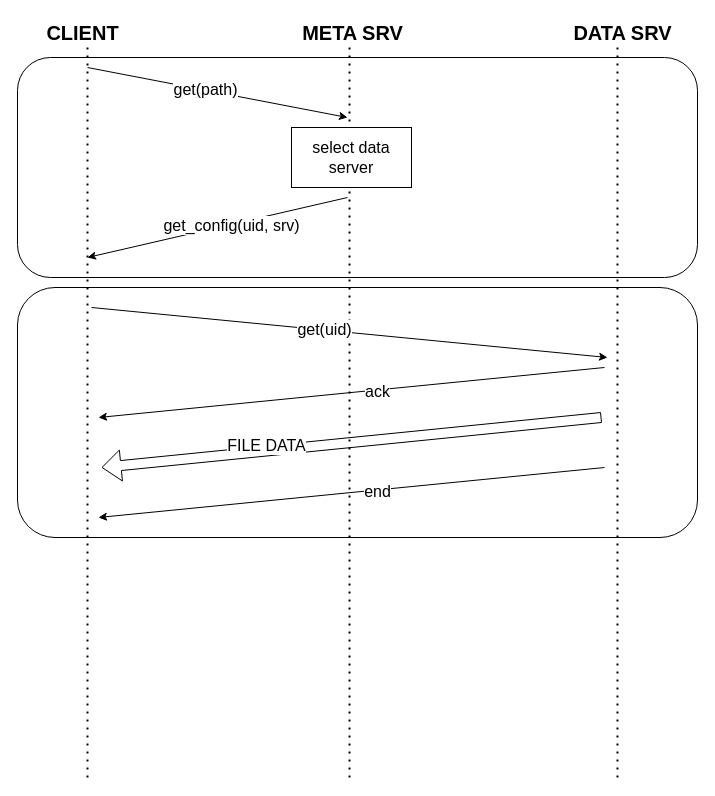
ale99WGiais/tesina_iot keeps this draw.io diagram as diagrams/requests/get request.drawio. Above is the earlier version. Source tidied: cells renumbered, new cells numbered last; positions are measured from the earlier drawing's top-left corner, leaving out a move shared by most shapes. Both pictures are drawn from the tidied source at 100%, with x=0, y=0 at pixel (17, 17).
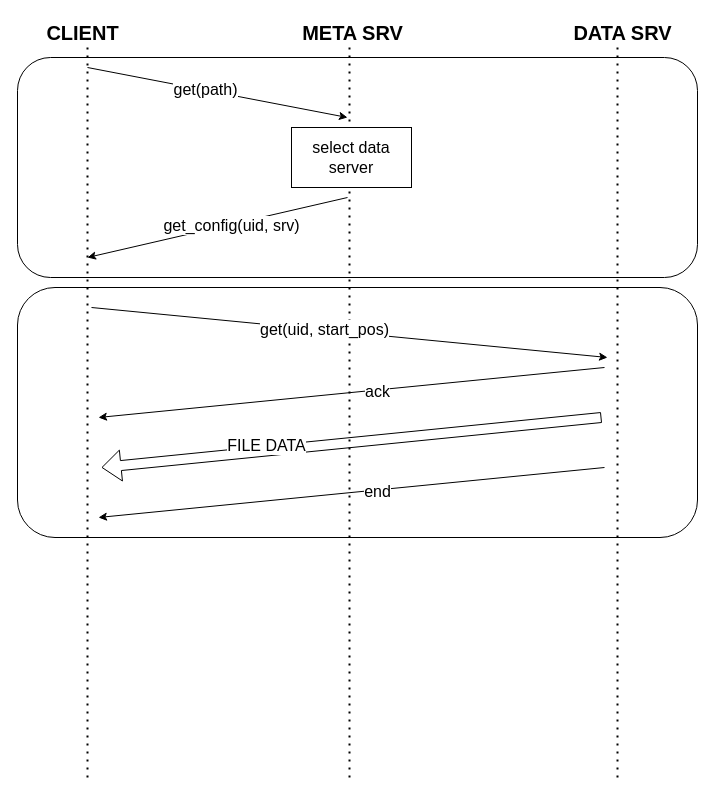
After the change.

Unchanged cells that the change refers to:
```xml
<mxCell id="15" style="endArrow=classic;html=1;fontSize=20;" parent="1" edge="1">
  <mxGeometry relative="1" as="geometry">
    <mxPoint x="74" y="290" as="sourcePoint" />
    <mxPoint x="590" y="340" as="targetPoint" />
  </mxGeometry>
</mxCell>
```

What changed in the source:
```diff
@@
-    <mxCell id="16" value="&lt;div&gt;get(uid)&lt;/div&gt;" style="edgeLabel;html=1;align=center;verticalAlign=middle;fontSize=16;" parent="15" vertex="1">
+    <mxCell id="16" value="&lt;div&gt;get(uid, start_pos)&lt;/div&gt;" style="edgeLabel;html=1;align=center;verticalAlign=middle;fontSize=16;" parent="15" vertex="1">
       <mxGeometry x="-0.1" y="1" relative="1" as="geometry" />
     </mxCell>
```
